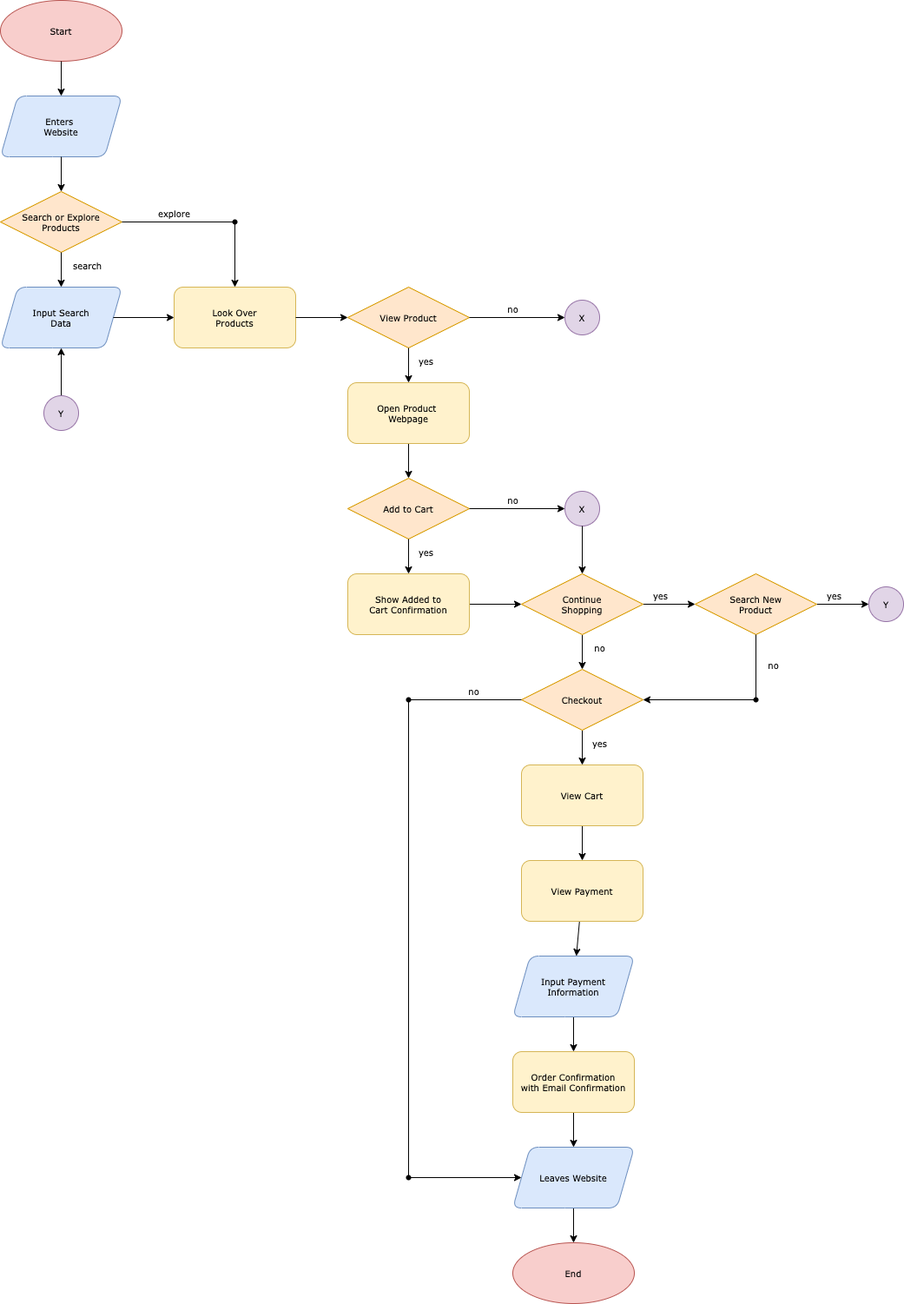
The draw.io diagram explore/diagramming/diagram.drawio.png in ucsdalexis/sp23-cse110-lab4, before a commit. Source tidied: cells renumbered, new cells last; positions are measured from the earlier drawing's top-left corner, leaving out a move shared by most shapes.
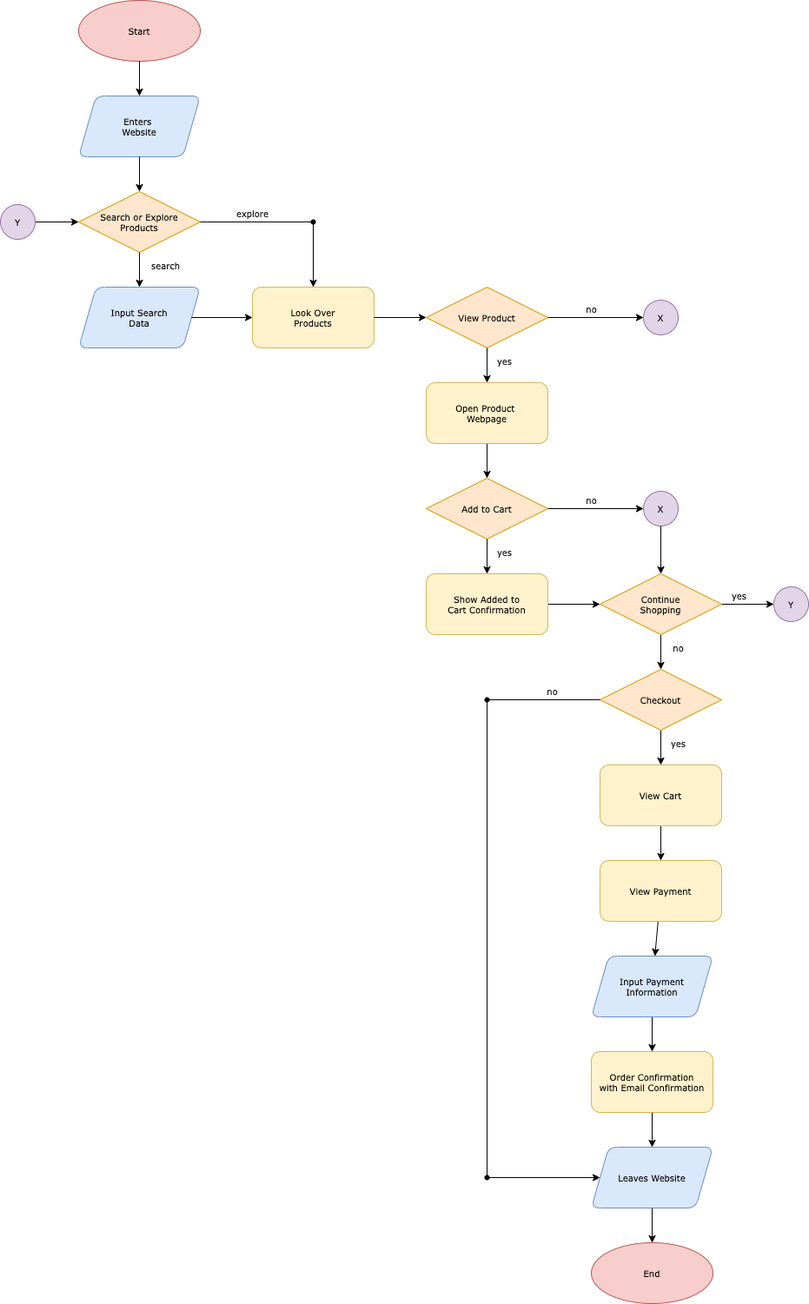
The same file after the commit.

What changed in the source:
```diff
@@ -56,7 +56,7 @@
     <mxCell id="19" style="edgeStyle=none;html=1;fontFamily=Verdana;fontSize=10;" parent="1" edge="1" source="21" target="34">
       <mxGeometry relative="1" as="geometry" />
     </mxCell>
-    <mxCell id="20" style="edgeStyle=none;html=1;fontFamily=Verdana;fontSize=10;" parent="1" edge="1" source="21" target="32">
+    <mxCell id="20" style="edgeStyle=none;html=1;fontFamily=Verdana;fontSize=10;entryX=0;entryY=0.5;entryDx=0;entryDy=0;" parent="1" edge="1" source="21" target="38">
       <mxGeometry relative="1" as="geometry" />
     </mxCell>
     <mxCell id="21" value="Continue&lt;br&gt;Shopping" style="rhombus;whiteSpace=wrap;html=1;rounded=0;fontFamily=Verdana;fillColor=#ffe6cc;strokeColor=#d79b00;fontSize=10;" parent="1" vertex="1">
@@ -93,12 +93,6 @@
     <mxCell id="30" style="endArrow=classic;html=1;fontFamily=Verdana;fontSize=10;exitX=0.5;exitY=1;exitDx=0;exitDy=0;" parent="1" edge="1" source="27" target="21">
       <mxGeometry relative="1" as="geometry" />
     </mxCell>
-    <mxCell id="31" style="edgeStyle=none;html=1;fontFamily=Verdana;fontSize=10;" parent="1" edge="1" source="32" target="38">
-      <mxGeometry relative="1" as="geometry" />
-    </mxCell>
-    <mxCell id="32" value="Search New&lt;br&gt;Product" style="rhombus;whiteSpace=wrap;html=1;rounded=0;fontFamily=Verdana;fillColor=#ffe6cc;strokeColor=#d79b00;fontSize=10;" parent="1" vertex="1">
-      <mxGeometry x="800" y="660" width="140" height="70" as="geometry" />
-    </mxCell>
     <mxCell id="33" style="edgeStyle=none;html=1;fontFamily=Verdana;fontSize=10;" parent="1" edge="1" source="34" target="42">
       <mxGeometry relative="1" as="geometry" />
     </mxCell>
@@ -117,13 +111,13 @@
       <mxGeometry relative="1" as="geometry" />
     </mxCell>
     <mxCell id="38" value="Y" style="ellipse;whiteSpace=wrap;html=1;rounded=0;fontFamily=Verdana;fontSize=10;fillColor=#e1d5e7;strokeColor=#9673a6;" parent="1" vertex="1">
-      <mxGeometry x="1000" y="675" width="40" height="40" as="geometry" />
+      <mxGeometry x="800" y="675" width="40" height="40" as="geometry" />
     </mxCell>
-    <mxCell id="39" style="edgeStyle=none;html=1;fontFamily=Verdana;fontSize=10;" parent="1" edge="1" source="40" target="5">
+    <mxCell id="39" style="edgeStyle=none;html=1;fontFamily=Verdana;fontSize=10;entryX=0;entryY=0.5;entryDx=0;entryDy=0;" parent="1" edge="1" source="40" target="4">
       <mxGeometry relative="1" as="geometry" />
     </mxCell>
     <mxCell id="40" value="Y" style="ellipse;whiteSpace=wrap;html=1;rounded=0;fontFamily=Verdana;fontSize=10;fillColor=#e1d5e7;strokeColor=#9673a6;" parent="1" vertex="1">
-      <mxGeometry x="50" y="455" width="40" height="40" as="geometry" />
+      <mxGeometry x="-90" y="235" width="40" height="40" as="geometry" />
     </mxCell>
     <mxCell id="41" style="edgeStyle=none;html=1;fontFamily=Verdana;fontSize=10;" parent="1" edge="1" source="42" target="44">
       <mxGeometry relative="1" as="geometry" />
@@ -173,23 +167,6 @@
     <mxCell id="56" style="endArrow=none;html=1;fontFamily=Verdana;fontSize=10;entryX=0.728;entryY=0.461;entryDx=0;entryDy=0;entryPerimeter=0;exitX=0.95;exitY=0.294;exitDx=0;exitDy=0;exitPerimeter=0;" parent="1" edge="1" source="54" target="52">
       <mxGeometry relative="1" as="geometry" />
     </mxCell>
-    <mxCell id="57" value="yes" style="text;html=1;align=center;verticalAlign=middle;strokeColor=none;fillColor=none;fontSize=10;fontFamily=Verdana;rounded=0;" parent="1" vertex="1">
-      <mxGeometry x="940" y="670" width="40" height="30" as="geometry" />
-    </mxCell>
-    <mxCell id="58" style="endArrow=classic;html=1;fontFamily=Verdana;fontSize=10;entryX=1;entryY=0.5;entryDx=0;entryDy=0;" parent="1" edge="1" target="34">
-      <mxGeometry relative="1" as="geometry">
-        <mxPoint x="870" y="805" as="sourcePoint" />
-      </mxGeometry>
-    </mxCell>
-    <mxCell id="59" style="endArrow=none;html=1;fontFamily=Verdana;fontSize=10;entryX=0.5;entryY=1;entryDx=0;entryDy=0;startArrow=none;exitX=0.512;exitY=0.321;exitDx=0;exitDy=0;exitPerimeter=0;" parent="1" edge="1" source="60" target="32">
-      <mxGeometry relative="1" as="geometry" />
-    </mxCell>
-    <mxCell id="60" style="shape=waypoint;sketch=0;size=6;points=[];perimeter=centerPerimeter;snapToPoint=1;fontSize=10;fontFamily=Verdana;rounded=0;" parent="1" vertex="1">
-      <mxGeometry x="860" y="795" width="20" height="20" as="geometry" />
-    </mxCell>
-    <mxCell id="61" value="no" style="text;html=1;align=center;verticalAlign=middle;strokeColor=none;fillColor=none;fontSize=10;fontFamily=Verdana;" parent="1" vertex="1">
-      <mxGeometry x="870" y="750" width="40" height="30" as="geometry" />
-    </mxCell>
     <mxCell id="62" value="search" style="text;html=1;align=center;verticalAlign=middle;strokeColor=none;fillColor=none;fontSize=10;fontFamily=Verdana;" parent="1" vertex="1">
       <mxGeometry x="70" y="290" width="60" height="30" as="geometry" />
     </mxCell>
```
